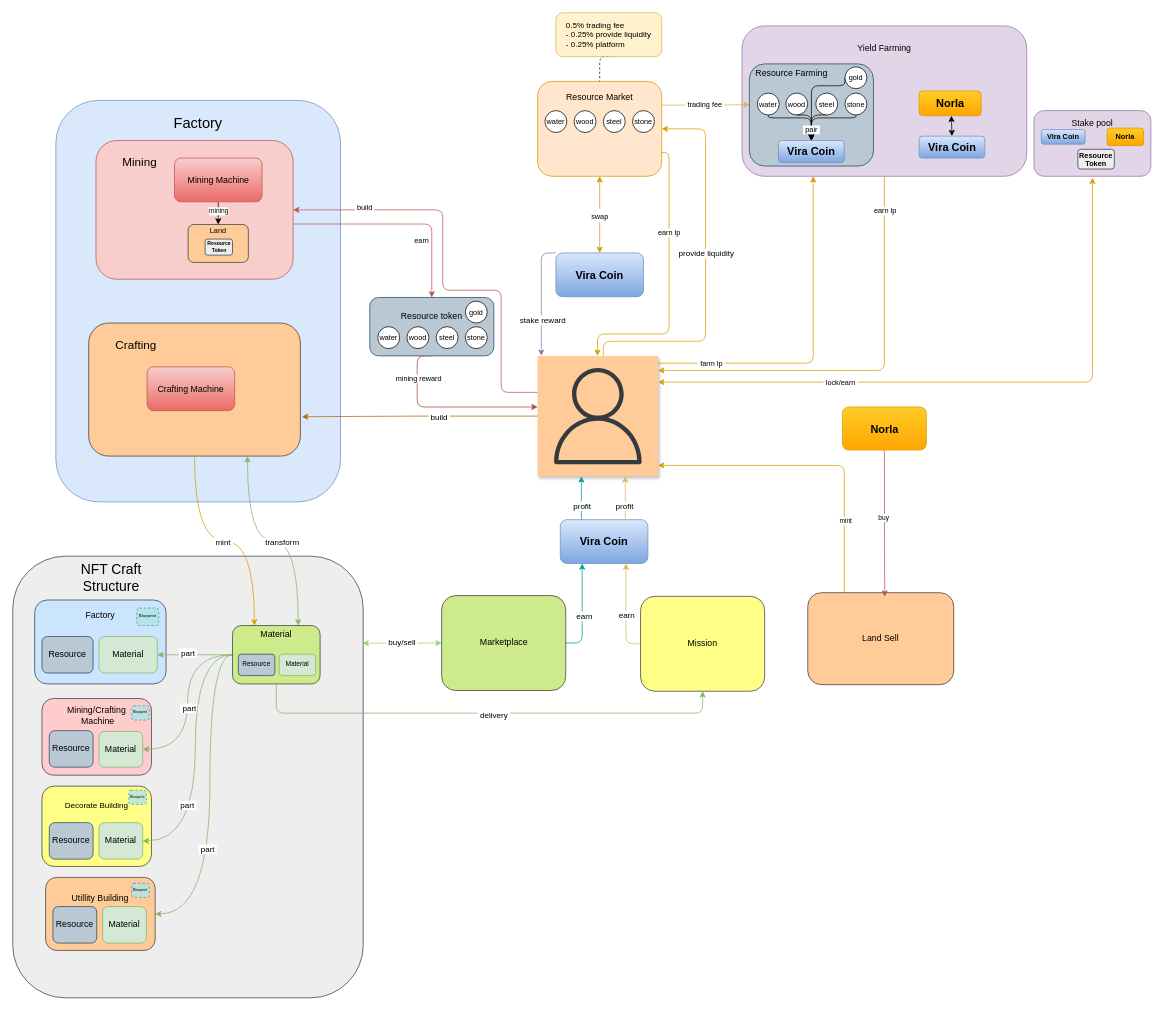
memberteen/craftdefi-ecosystem keeps this draw.io diagram as Craft Defi Ecosystem.drawio. Above is the earlier version. Source tidied: cells renumbered, new cells numbered last; positions are measured from the earlier drawing's top-left corner, leaving out a move shared by most shapes. Both pictures are drawn from the tidied source at 73%, with x=0, y=0 at pixel (12, 12).
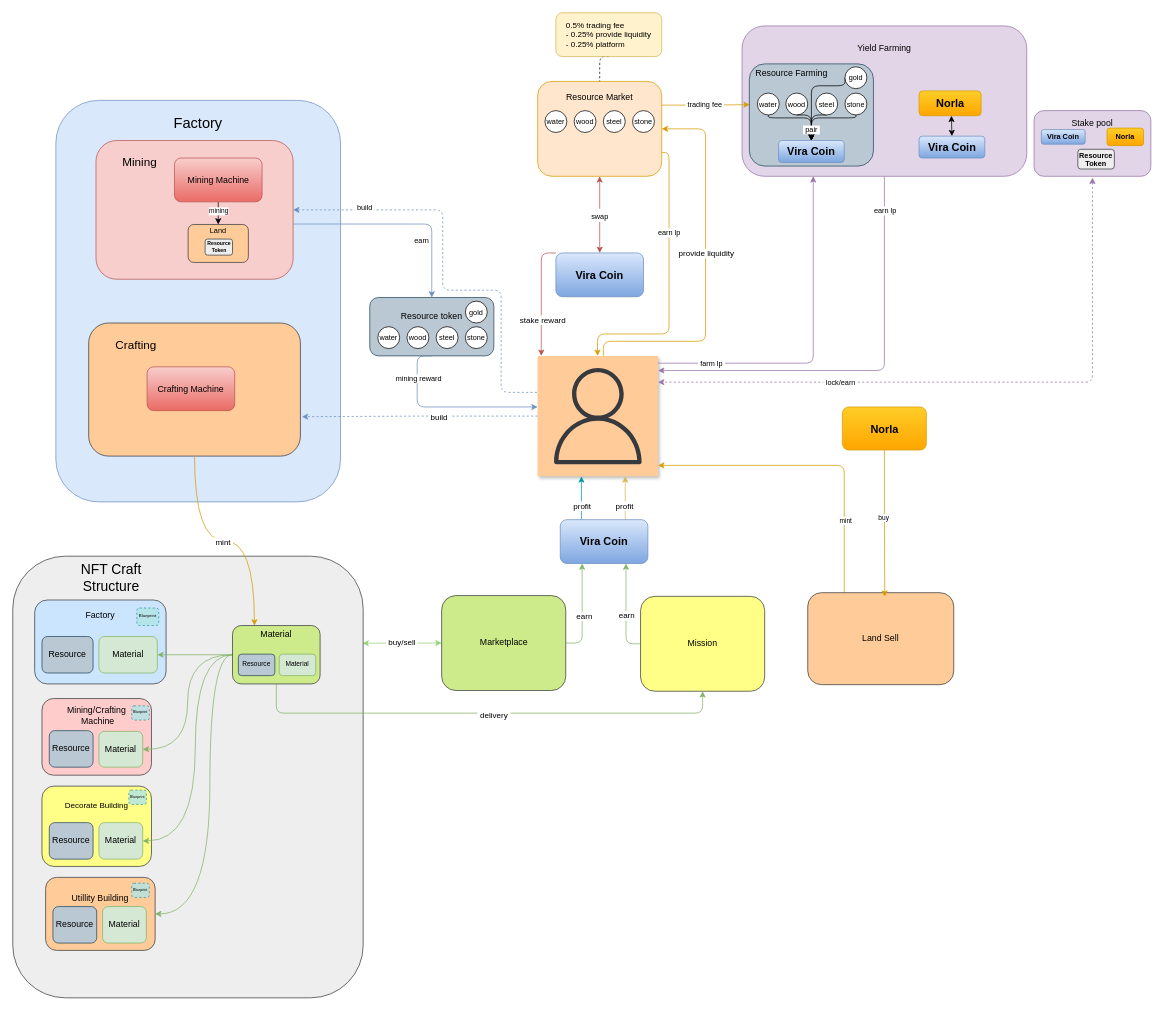
The same page after the edit.

Unchanged cells that the change refers to:
```xml
<mxCell id="3" value="Yield Farming&lt;br&gt;&lt;br&gt;&lt;br&gt;&lt;br&gt;&lt;br&gt;&lt;br&gt;&lt;br&gt;&lt;br&gt;&lt;br&gt;&lt;br&gt;&lt;br&gt;" style="rounded=1;whiteSpace=wrap;html=1;fillColor=#e1d5e7;strokeColor=#9673a6;" parent="1" vertex="1">
  <mxGeometry x="999" y="18" width="390" height="206" as="geometry" />
</mxCell>
<mxCell id="7" value="&lt;font color=&quot;#000000&quot;&gt;&lt;span style=&quot;font-size: 15px;&quot;&gt;&lt;b&gt;Vira Coin&lt;/b&gt;&lt;/span&gt;&lt;/font&gt;" style="rounded=1;whiteSpace=wrap;html=1;fillColor=#dae8fc;strokeColor=#6c8ebf;gradientColor=#7ea6e0;" parent="1" vertex="1">
  <mxGeometry x="744" y="329" width="120" height="60" as="geometry" />
</mxCell>
<mxCell id="12" style="outlineConnect=0;strokeColor=#36393d;fillColor=#ffcc99;dashed=0;verticalLabelPosition=bottom;verticalAlign=top;align=center;html=1;fontSize=12;fontStyle=0;shape=mxgraph.aws4.resourceIcon;resIcon=mxgraph.aws4.user;shadow=1;rounded=1;" parent="1" vertex="1">
  <mxGeometry x="719" y="470" width="165" height="165" as="geometry" />
</mxCell>
<mxCell id="18" value="Resource Market&lt;br&gt;&lt;br&gt;&lt;br&gt;&lt;br&gt;&lt;br&gt;&lt;br&gt;&lt;br&gt;" style="rounded=1;whiteSpace=wrap;html=1;fillColor=#ffe6cc;strokeColor=#d79b00;" parent="1" vertex="1">
  <mxGeometry x="719" y="94" width="170" height="130" as="geometry" />
</mxCell>
<mxCell id="32" value="&lt;div style=&quot;text-align: left&quot;&gt;&lt;br&gt;&lt;/div&gt;" style="rounded=1;whiteSpace=wrap;html=1;fillColor=#f8cecc;strokeColor=#b85450;" parent="1" vertex="1">
  <mxGeometry x="114" y="175" width="270" height="190" as="geometry" />
</mxCell>
<mxCell id="51" value="&lt;div style=&quot;text-align: left&quot;&gt;&lt;br&gt;&lt;/div&gt;" style="rounded=1;whiteSpace=wrap;html=1;fillColor=#ffcc99;strokeColor=#36393d;" parent="1" vertex="1">
  <mxGeometry x="104" y="425" width="290" height="182.3" as="geometry" />
</mxCell>
<mxCell id="54" style="edgeStyle=orthogonalEdgeStyle;rounded=1;jettySize=auto;html=1;exitX=0;exitY=0.5;exitDx=0;exitDy=0;entryX=1;entryY=0.5;entryDx=0;entryDy=0;fontSize=11;startArrow=none;startFill=0;endArrow=classic;endFill=1;strokeColor=#82b366;fillColor=#d5e8d4;curved=1;" parent="1" edge="1" source="66" target="46">
  <mxGeometry relative="1" as="geometry" />
</mxCell>
<mxCell id="56" style="rounded=1;jettySize=auto;html=1;exitX=0;exitY=0.5;exitDx=0;exitDy=0;entryX=1;entryY=0.5;entryDx=0;entryDy=0;edgeStyle=orthogonalEdgeStyle;curved=1;fillColor=#d5e8d4;strokeColor=#82b366;" parent="1" edge="1" source="66" target="80">
  <mxGeometry relative="1" as="geometry">
    <Array as="points">
      <mxPoint x="270" y="879.4" />
      <mxPoint x="270" y="1234.4" />
    </Array>
  </mxGeometry>
</mxCell>
<mxCell id="58" style="edgeStyle=orthogonalEdgeStyle;rounded=1;jettySize=auto;html=1;exitX=0;exitY=0.5;exitDx=0;exitDy=0;entryX=1;entryY=0.5;entryDx=0;entryDy=0;fillColor=#d5e8d4;strokeColor=#82b366;" parent="1" edge="1" source="66" target="43">
  <mxGeometry relative="1" as="geometry" />
</mxCell>
<mxCell id="60" style="edgeStyle=orthogonalEdgeStyle;rounded=1;jettySize=auto;html=1;exitX=0;exitY=0.5;exitDx=0;exitDy=0;entryX=1;entryY=0.5;entryDx=0;entryDy=0;fontSize=5;curved=1;fillColor=#d5e8d4;strokeColor=#82b366;" parent="1" edge="1" source="66" target="49">
  <mxGeometry relative="1" as="geometry">
    <Array as="points">
      <mxPoint x="250" y="879.4" />
      <mxPoint x="250" y="1134.4" />
    </Array>
  </mxGeometry>
</mxCell>
<mxCell id="66" value="Material&lt;br&gt;&lt;br&gt;&lt;br&gt;&lt;br&gt;&lt;br&gt;" style="rounded=1;whiteSpace=wrap;html=1;fillColor=#cdeb8b;strokeColor=#36393d;" parent="1" vertex="1">
  <mxGeometry x="301" y="839.4" width="120" height="80" as="geometry" />
</mxCell>
<mxCell id="71" value="Mission" style="rounded=1;whiteSpace=wrap;html=1;fillColor=#ffff88;strokeColor=#36393d;" parent="1" vertex="1">
  <mxGeometry x="860" y="799.4" width="170" height="130" as="geometry" />
</mxCell>
<mxCell id="74" value="Marketplace" style="rounded=1;whiteSpace=wrap;html=1;fillColor=#cdeb8b;strokeColor=#36393d;" parent="1" vertex="1">
  <mxGeometry x="587.5" y="798.4" width="170" height="130" as="geometry" />
</mxCell>
<mxCell id="79" value="&lt;b style=&quot;color: rgb(0, 0, 0); font-size: 15px;&quot;&gt;Vira Coin&lt;/b&gt;" style="rounded=1;whiteSpace=wrap;html=1;fillColor=#dae8fc;strokeColor=#6c8ebf;gradientColor=#7ea6e0;" parent="1" vertex="1">
  <mxGeometry x="750" y="694.4" width="120" height="60" as="geometry" />
</mxCell>
<mxCell id="83" value="Land Sell" style="rounded=1;whiteSpace=wrap;html=1;fillColor=#ffcc99;strokeColor=#36393d;" parent="1" vertex="1">
  <mxGeometry x="1089" y="794.4" width="200" height="126" as="geometry" />
</mxCell>
<mxCell id="88" value="Resource token&lt;br&gt;&lt;br&gt;&lt;br&gt;" style="rounded=1;whiteSpace=wrap;html=1;fillColor=#bac8d3;strokeColor=#23445d;" parent="1" vertex="1">
  <mxGeometry x="489" y="390" width="170" height="80" as="geometry" />
</mxCell>
<mxCell id="100" value="&amp;nbsp; Resource Farming&lt;br&gt;&lt;br&gt;&lt;br&gt;&lt;br&gt;&lt;br&gt;&lt;br&gt;&lt;br&gt;&lt;br&gt;&lt;br&gt;" style="rounded=1;whiteSpace=wrap;html=1;fillColor=#bac8d3;strokeColor=#23445d;align=left;" parent="1" vertex="1">
  <mxGeometry x="1009" y="70" width="170" height="140" as="geometry" />
</mxCell>
<mxCell id="118" value="&lt;font color=&quot;#000000&quot;&gt;&lt;span style=&quot;font-size: 15px;&quot;&gt;&lt;b&gt;Norla&lt;/b&gt;&lt;/span&gt;&lt;/font&gt;" style="rounded=1;whiteSpace=wrap;html=1;fillColor=#ffcd28;strokeColor=#d79b00;gradientColor=#ffa500;" parent="1" vertex="1">
  <mxGeometry x="1136.5" y="540" width="115" height="59" as="geometry" />
</mxCell>
```

The edit, as a diff of the source:
```diff
@@
-    <mxCell id="5" style="edgeStyle=orthogonalEdgeStyle;rounded=1;jettySize=auto;html=1;exitX=0;exitY=0;exitDx=0;exitDy=0;fontSize=15;startArrow=none;startFill=0;fillColor=#e1d5e7;strokeColor=#9673a6;" parent="1" edge="1" source="7" target="12">
+    <mxCell id="5" style="edgeStyle=orthogonalEdgeStyle;rounded=1;jettySize=auto;html=1;exitX=0;exitY=0;exitDx=0;exitDy=0;fontSize=15;startArrow=none;startFill=0;fillColor=#f8cecc;strokeColor=#b85450;" parent="1" edge="1" source="7" target="12">
       <mxGeometry relative="1" as="geometry">
         <Array as="points">
           <mxPoint x="724" y="329" />
         </Array>
       </mxGeometry>
     </mxCell>
@@
-    <mxCell id="10" style="edgeStyle=orthogonalEdgeStyle;rounded=1;jettySize=auto;html=1;fontSize=11;startArrow=none;startFill=0;endArrow=classic;endFill=1;strokeColor=#b46504;fillColor=#fad7ac;entryX=1.007;entryY=0.704;entryDx=0;entryDy=0;entryPerimeter=0;" parent="1" edge="1" source="12" target="51">
+    <mxCell id="10" style="edgeStyle=orthogonalEdgeStyle;rounded=1;jettySize=auto;html=1;fontSize=11;startArrow=none;startFill=0;endArrow=classic;endFill=1;strokeColor=#6c8ebf;fillColor=#dae8fc;entryX=1.007;entryY=0.704;entryDx=0;entryDy=0;entryPerimeter=0;dashed=1;" parent="1" edge="1" source="12" target="51">
       <mxGeometry relative="1" as="geometry" />
     </mxCell>
@@
-    <mxCell id="13" value="&lt;font style=&quot;font-size: 10px&quot;&gt;swap&lt;/font&gt;" style="edgeStyle=orthogonalEdgeStyle;rounded=1;jettySize=auto;html=1;exitX=0.5;exitY=1;exitDx=0;exitDy=0;entryX=0.5;entryY=0;entryDx=0;entryDy=0;fontSize=15;startArrow=classic;startFill=1;fillColor=#ffe6cc;strokeColor=#d79b00;" parent="1" edge="1" source="18" target="7">
+    <mxCell id="13" value="&lt;font style=&quot;font-size: 10px&quot;&gt;swap&lt;/font&gt;" style="edgeStyle=orthogonalEdgeStyle;rounded=1;jettySize=auto;html=1;exitX=0.5;exitY=1;exitDx=0;exitDy=0;entryX=0.5;entryY=0;entryDx=0;entryDy=0;fontSize=15;startArrow=classic;startFill=1;fillColor=#f8cecc;strokeColor=#b85450;" parent="1" edge="1" source="18" target="7">
       <mxGeometry relative="1" as="geometry" />
     </mxCell>
@@
-    <mxCell id="16" style="edgeStyle=orthogonalEdgeStyle;rounded=1;jettySize=auto;html=1;exitX=1;exitY=0.25;exitDx=0;exitDy=0;entryX=0.003;entryY=0.399;entryDx=0;entryDy=0;entryPerimeter=0;fontSize=10;fillColor=#fff2cc;gradientColor=#ffd966;strokeColor=#d6b656;" parent="1" edge="1" source="18" target="100">
+    <mxCell id="16" style="edgeStyle=orthogonalEdgeStyle;rounded=1;jettySize=auto;html=1;exitX=1;exitY=0.25;exitDx=0;exitDy=0;entryX=0.003;entryY=0.399;entryDx=0;entryDy=0;entryPerimeter=0;fontSize=10;fillColor=#ffe6cc;strokeColor=#d79b00;" parent="1" edge="1" source="18" target="100">
       <mxGeometry relative="1" as="geometry" />
     </mxCell>
@@
-    <mxCell id="25" style="edgeStyle=orthogonalEdgeStyle;rounded=1;orthogonalLoop=1;jettySize=auto;html=1;exitX=0.5;exitY=1;exitDx=0;exitDy=0;fontSize=10;startArrow=classic;startFill=1;endArrow=classic;endFill=1;fillColor=#ffe6cc;strokeColor=#d79b00;" parent="1" edge="1">
+    <mxCell id="25" style="edgeStyle=orthogonalEdgeStyle;rounded=1;orthogonalLoop=1;jettySize=auto;html=1;exitX=0.5;exitY=1;exitDx=0;exitDy=0;fontSize=10;startArrow=classic;startFill=1;endArrow=classic;endFill=1;fillColor=#e1d5e7;strokeColor=#9673a6;dashed=1;" parent="1" edge="1">
       <mxGeometry relative="1" as="geometry">
         <mxPoint x="1479" y="226" as="sourcePoint" />
         <mxPoint x="884" y="506" as="targetPoint" />
         <Array as="points">
           <mxPoint x="1479" y="506" />
         </Array>
       </mxGeometry>
     </mxCell>
@@
-    <mxCell id="28" style="edgeStyle=orthogonalEdgeStyle;rounded=1;jettySize=auto;html=1;exitX=1.001;exitY=0.602;exitDx=0;exitDy=0;entryX=0.5;entryY=0;entryDx=0;entryDy=0;fontSize=16;startArrow=none;startFill=0;fillColor=#f8cecc;strokeColor=#b85450;exitPerimeter=0;" parent="1" edge="1" source="32" target="88">
+    <mxCell id="28" style="edgeStyle=orthogonalEdgeStyle;rounded=1;jettySize=auto;html=1;exitX=1.001;exitY=0.602;exitDx=0;exitDy=0;entryX=0.5;entryY=0;entryDx=0;entryDy=0;fontSize=16;startArrow=none;startFill=0;fillColor=#dae8fc;strokeColor=#6c8ebf;exitPerimeter=0;" parent="1" edge="1" source="32" target="88">
       <mxGeometry relative="1" as="geometry">
         <Array as="points">
           <mxPoint x="574" y="289" />
         </Array>
       </mxGeometry>
     </mxCell>
@@
-    <mxCell id="30" style="edgeStyle=orthogonalEdgeStyle;rounded=1;jettySize=auto;html=1;fontSize=10;startArrow=classic;startFill=1;endArrow=none;endFill=0;fillColor=#f8cecc;strokeColor=#b85450;exitX=1;exitY=0.5;exitDx=0;exitDy=0;" parent="1" edge="1" source="32" target="12">
+    <mxCell id="30" style="edgeStyle=orthogonalEdgeStyle;rounded=1;jettySize=auto;html=1;fontSize=10;startArrow=classic;startFill=1;endArrow=none;endFill=0;fillColor=#dae8fc;strokeColor=#6c8ebf;exitX=1;exitY=0.5;exitDx=0;exitDy=0;dashed=1;" parent="1" edge="1" source="32" target="12">
       <mxGeometry relative="1" as="geometry">
         <Array as="points">
           <mxPoint x="589" y="270" />
           <mxPoint x="589" y="380" />
           <mxPoint x="669" y="380" />
           <mxPoint x="669" y="520" />
         </Array>
       </mxGeometry>
     </mxCell>
@@
-    <mxCell id="37" style="edgeStyle=orthogonalEdgeStyle;rounded=1;jettySize=auto;html=1;exitX=0.5;exitY=1;exitDx=0;exitDy=0;fontSize=16;startArrow=none;startFill=0;fillColor=#fad9d5;strokeColor=#ae4132;" parent="1" edge="1" source="88" target="12">
+    <mxCell id="37" style="edgeStyle=orthogonalEdgeStyle;rounded=1;jettySize=auto;html=1;exitX=0.5;exitY=1;exitDx=0;exitDy=0;fontSize=16;startArrow=none;startFill=0;fillColor=#dae8fc;strokeColor=#6c8ebf;" parent="1" edge="1" source="88" target="12">
       <mxGeometry relative="1" as="geometry">
         <Array as="points">
           <mxPoint x="554" y="540" />
         </Array>
       </mxGeometry>
     </mxCell>
@@
-    <mxCell id="55" value="&amp;nbsp;part&amp;nbsp;" style="edgeLabel;html=1;align=center;verticalAlign=middle;fontSize=11;rounded=1;" parent="54" vertex="1">
-      <mxGeometry x="0.07" y="2" relative="1" as="geometry" />
-    </mxCell>
@@
-    <mxCell id="57" value="&amp;nbsp;part&amp;nbsp;" style="edgeLabel;html=1;align=center;verticalAlign=middle;rounded=1;" parent="56" vertex="1">
-      <mxGeometry x="0.29" y="-4" relative="1" as="geometry" />
-    </mxCell>
@@
-    <mxCell id="59" value="&amp;nbsp;part&amp;nbsp;" style="edgeLabel;html=1;align=center;verticalAlign=middle;rounded=1;" parent="58" vertex="1">
-      <mxGeometry x="0.21" y="-3" relative="1" as="geometry" />
-    </mxCell>
@@
-    <mxCell id="61" value="&lt;span style=&quot;font-size: 11px&quot;&gt;&amp;nbsp;part&amp;nbsp;&lt;/span&gt;" style="edgeLabel;html=1;align=center;verticalAlign=middle;fontSize=5;rounded=1;" parent="60" vertex="1">
-      <mxGeometry x="0.36" y="-12" relative="1" as="geometry" />
-    </mxCell>
@@
-    <mxCell id="64" style="edgeStyle=orthogonalEdgeStyle;curved=1;rounded=1;jettySize=auto;html=1;exitX=0.75;exitY=0;exitDx=0;exitDy=0;entryX=0.75;entryY=1;entryDx=0;entryDy=0;fontSize=10;startArrow=classic;startFill=1;endArrow=classic;endFill=1;fillColor=#d5e8d4;strokeColor=#82b366;" parent="1" edge="1" source="66" target="51">
-      <mxGeometry relative="1" as="geometry" />
-    </mxCell>
-    <mxCell id="65" value="&lt;span style=&quot;font-size: 11px;&quot;&gt;&amp;nbsp;transform&amp;nbsp;&lt;/span&gt;" style="edgeLabel;html=1;align=center;verticalAlign=middle;fontSize=10;rounded=1;" parent="64" vertex="1">
-      <mxGeometry x="-0.08" y="2" relative="1" as="geometry" />
-    </mxCell>
@@
-    <mxCell id="69" style="edgeStyle=orthogonalEdgeStyle;rounded=1;jettySize=auto;html=1;exitX=0;exitY=0.5;exitDx=0;exitDy=0;entryX=0.75;entryY=1;entryDx=0;entryDy=0;fontSize=11;startArrow=none;startFill=0;endArrow=classic;endFill=1;strokeColor=#d6b656;fillColor=#fff2cc;" parent="1" edge="1" source="71" target="79">
+    <mxCell id="69" style="edgeStyle=orthogonalEdgeStyle;rounded=1;jettySize=auto;html=1;exitX=0;exitY=0.5;exitDx=0;exitDy=0;entryX=0.75;entryY=1;entryDx=0;entryDy=0;fontSize=11;startArrow=none;startFill=0;endArrow=classic;endFill=1;strokeColor=#82b366;fillColor=#d5e8d4;" parent="1" edge="1" source="71" target="79">
       <mxGeometry relative="1" as="geometry" />
     </mxCell>
@@
-    <mxCell id="72" style="edgeStyle=orthogonalEdgeStyle;rounded=1;jettySize=auto;html=1;exitX=1;exitY=0.5;exitDx=0;exitDy=0;entryX=0.25;entryY=1;entryDx=0;entryDy=0;fontSize=11;startArrow=none;startFill=0;endArrow=classic;endFill=1;strokeColor=#009999;" parent="1" edge="1" source="74" target="79">
+    <mxCell id="72" style="edgeStyle=orthogonalEdgeStyle;rounded=1;jettySize=auto;html=1;exitX=1;exitY=0.5;exitDx=0;exitDy=0;entryX=0.25;entryY=1;entryDx=0;entryDy=0;fontSize=11;startArrow=none;startFill=0;endArrow=classic;endFill=1;strokeColor=#82b366;fillColor=#d5e8d4;" parent="1" edge="1" source="74" target="79">
       <mxGeometry relative="1" as="geometry" />
     </mxCell>
@@
-    <mxCell id="96" style="edgeStyle=orthogonalEdgeStyle;rounded=1;jettySize=auto;html=1;exitX=0.25;exitY=1;exitDx=0;exitDy=0;fontSize=10;startArrow=classic;startFill=1;endArrow=none;endFill=0;fillColor=#ffcd28;gradientColor=#ffa500;strokeColor=#d79b00;" parent="1" edge="1" source="3" target="12">
+    <mxCell id="96" style="edgeStyle=orthogonalEdgeStyle;rounded=1;jettySize=auto;html=1;exitX=0.25;exitY=1;exitDx=0;exitDy=0;fontSize=10;startArrow=classic;startFill=1;endArrow=none;endFill=0;fillColor=#e1d5e7;strokeColor=#9673a6;" parent="1" edge="1" source="3" target="12">
       <mxGeometry relative="1" as="geometry">
         <Array as="points">
           <mxPoint x="1097" y="480" />
         </Array>
       </mxGeometry>
     </mxCell>
@@
-    <mxCell id="98" style="edgeStyle=orthogonalEdgeStyle;rounded=1;jettySize=auto;html=1;exitX=0.5;exitY=1;exitDx=0;exitDy=0;fontSize=10;startArrow=none;startFill=0;endArrow=classic;endFill=1;fillColor=#ffcd28;gradientColor=#ffa500;strokeColor=#d79b00;" parent="1" edge="1" source="3" target="12">
+    <mxCell id="98" style="edgeStyle=orthogonalEdgeStyle;rounded=1;jettySize=auto;html=1;exitX=0.5;exitY=1;exitDx=0;exitDy=0;fontSize=10;startArrow=none;startFill=0;endArrow=classic;endFill=1;fillColor=#e1d5e7;strokeColor=#9673a6;" parent="1" edge="1" source="3" target="12">
       <mxGeometry relative="1" as="geometry">
         <Array as="points">
           <mxPoint x="1194" y="490" />
         </Array>
       </mxGeometry>
     </mxCell>
@@
-    <mxCell id="116" style="edgeStyle=orthogonalEdgeStyle;curved=1;rounded=1;jettySize=auto;html=1;exitX=0.5;exitY=1;exitDx=0;exitDy=0;entryX=0.527;entryY=0.044;entryDx=0;entryDy=0;entryPerimeter=0;fontSize=9;startArrow=none;startFill=0;endArrow=classic;endFill=1;fillColor=#f8cecc;strokeColor=#b85450;" parent="1" edge="1" source="118" target="83">
+    <mxCell id="116" style="edgeStyle=orthogonalEdgeStyle;curved=1;rounded=1;jettySize=auto;html=1;exitX=0.5;exitY=1;exitDx=0;exitDy=0;entryX=0.527;entryY=0.044;entryDx=0;entryDy=0;entryPerimeter=0;fontSize=9;startArrow=none;startFill=0;endArrow=classic;endFill=1;fillColor=#ffe6cc;strokeColor=#d79b00;" parent="1" edge="1" source="118" target="83">
       <mxGeometry relative="1" as="geometry" />
     </mxCell>
```
